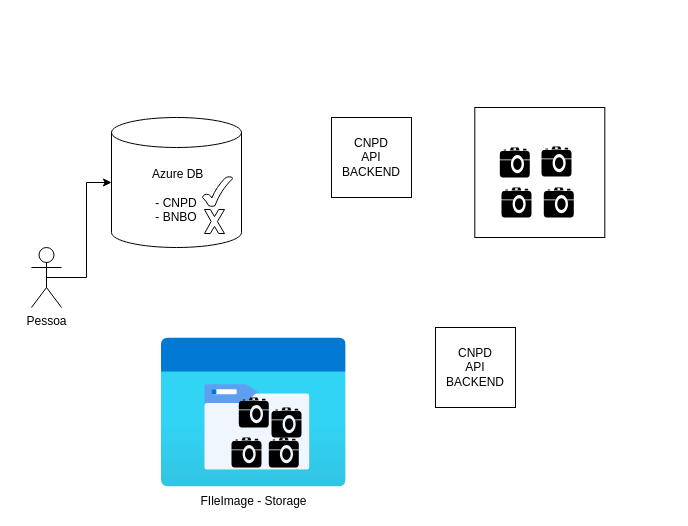
Before: Diagrama sem nome.drawio in micheltiago/docs-arq-ref-t01, a draw.io diagram. Source tidied: cells renumbered, new cells numbered last; positions are measured from the earlier drawing's top-left corner, leaving out a move shared by most shapes. Both pictures are drawn from the tidied source at 100%, with x=0, y=0 at pixel (31, 107).
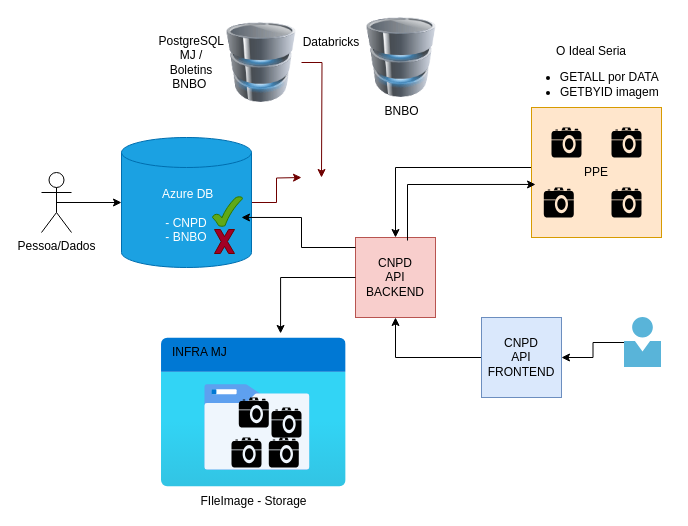
The same page after the edit.

The change refers to these unchanged cells:
```xml
<mxCell id="3" value="FIleImage - Storage" style="image;html=1;points=[];align=center;fontSize=12;image=img/lib/azure2/general/Storage_Azure_Files.svg;" parent="1" vertex="1">
  <mxGeometry x="130" y="230" width="184.6" height="150" as="geometry" />
</mxCell>
```

The edit, as a diff of the source:
```diff
@@
+    <mxCell id="20" style="edgeStyle=orthogonalEdgeStyle;rounded=0;jettySize=auto;html=1;entryX=0.5;entryY=0;entryDx=0;entryDy=0;" parent="1" edge="1" source="2" target="9">
+      <mxGeometry relative="1" as="geometry">
+        <Array as="points">
+          <mxPoint x="364" y="60" />
+        </Array>
+      </mxGeometry>
+    </mxCell>
-    <mxCell id="2" style="whiteSpace=wrap;html=1;" parent="1" vertex="1">
-      <mxGeometry x="443.3" width="130" height="130" as="geometry" />
+    <mxCell id="2" value="PPE" style="whiteSpace=wrap;html=1;fillColor=#ffe6cc;strokeColor=#d79b00;" parent="1" vertex="1">
+      <mxGeometry x="500" width="130" height="130" as="geometry" />
     </mxCell>
@@
+    <mxCell id="21" style="edgeStyle=orthogonalEdgeStyle;rounded=0;jettySize=auto;html=1;entryX=0.5;entryY=1;entryDx=0;entryDy=0;" parent="1" edge="1" source="8" target="9">
+      <mxGeometry relative="1" as="geometry" />
+    </mxCell>
-    <mxCell id="8" value="&lt;div&gt;CNPD&lt;/div&gt;&lt;div&gt;API&lt;/div&gt;&lt;div&gt;BACKEND&lt;/div&gt;" style="whiteSpace=wrap;html=1;" parent="1" vertex="1">
-      <mxGeometry x="300" y="10" width="80" height="80" as="geometry" />
+    <mxCell id="8" value="&lt;div&gt;CNPD&lt;/div&gt;&lt;div&gt;API&lt;/div&gt;&lt;div&gt;FRONTEND&lt;/div&gt;" style="whiteSpace=wrap;html=1;fillColor=#dae8fc;strokeColor=#6c8ebf;" parent="1" vertex="1">
+      <mxGeometry x="450" y="210" width="80" height="80" as="geometry" />
     </mxCell>
-    <mxCell id="9" value="&lt;div&gt;CNPD&lt;/div&gt;&lt;div&gt;API&lt;/div&gt;&lt;div&gt;BACKEND&lt;/div&gt;" style="whiteSpace=wrap;html=1;" parent="1" vertex="1">
-      <mxGeometry x="404" y="220" width="80" height="80" as="geometry" />
+    <mxCell id="9" value="&lt;div&gt;CNPD&lt;/div&gt;&lt;div&gt;API&lt;/div&gt;&lt;div&gt;BACKEND&lt;/div&gt;" style="whiteSpace=wrap;html=1;fillColor=#f8cecc;strokeColor=#b85450;" parent="1" vertex="1">
+      <mxGeometry x="324" y="130" width="80" height="80" as="geometry" />
     </mxCell>
     <mxCell id="10" style="group;" parent="1" vertex="1">
-      <mxGeometry y="10" width="210" height="190" as="geometry" />
+      <mxGeometry x="10" y="30" width="210" height="190" as="geometry" />
     </mxCell>
+    <mxCell id="22" style="edgeStyle=orthogonalEdgeStyle;rounded=0;jettySize=auto;html=1;fillColor=#a20025;strokeColor=#6F0000;" parent="10" edge="1" source="11">
+      <mxGeometry relative="1" as="geometry">
+        <mxPoint x="260" y="40" as="targetPoint" />
+      </mxGeometry>
+    </mxCell>
-    <mxCell id="11" value="&lt;div&gt;&amp;nbsp;Azure DB&lt;/div&gt;&lt;div&gt;&lt;br&gt;&lt;/div&gt;&lt;div&gt;- CNPD&lt;/div&gt;&lt;div&gt;- BNBO&lt;/div&gt;" style="shape=cylinder3;whiteSpace=wrap;html=1;boundedLbl=1;backgroundOutline=1;size=15;" parent="10" vertex="1">
+    <mxCell id="11" value="&lt;div&gt;&amp;nbsp;Azure DB&lt;/div&gt;&lt;div&gt;&lt;br&gt;&lt;/div&gt;&lt;div&gt;- CNPD&lt;/div&gt;&lt;div&gt;- BNBO&lt;/div&gt;" style="shape=cylinder3;whiteSpace=wrap;html=1;boundedLbl=1;backgroundOutline=1;size=15;fillColor=#1ba1e2;strokeColor=#006EAF;fontColor=#ffffff;" parent="10" vertex="1">
       <mxGeometry x="80" width="130" height="130" as="geometry" />
     </mxCell>
-    <mxCell id="12" value="Pessoa" style="shape=umlActor;verticalLabelPosition=bottom;verticalAlign=top;html=1;outlineConnect=0;" parent="10" vertex="1">
-      <mxGeometry y="130" width="30" height="60" as="geometry" />
+    <mxCell id="12" value="Pessoa/Dados" style="shape=umlActor;verticalLabelPosition=bottom;verticalAlign=top;html=1;outlineConnect=0;" parent="10" vertex="1">
+      <mxGeometry y="35" width="30" height="60" as="geometry" />
     </mxCell>
-    <mxCell id="13" style="verticalLabelPosition=bottom;verticalAlign=top;html=1;shape=mxgraph.basic.tick;" parent="10" vertex="1">
+    <mxCell id="13" style="verticalLabelPosition=bottom;verticalAlign=top;html=1;shape=mxgraph.basic.tick;fillColor=#60a917;fontColor=#ffffff;strokeColor=#2D7600;" parent="10" vertex="1">
       <mxGeometry x="171" y="59" width="30" height="30" as="geometry" />
     </mxCell>
-    <mxCell id="14" style="verticalLabelPosition=bottom;verticalAlign=top;html=1;shape=mxgraph.basic.x;" parent="10" vertex="1">
+    <mxCell id="14" style="verticalLabelPosition=bottom;verticalAlign=top;html=1;shape=mxgraph.basic.x;fillColor=#a20025;fontColor=#ffffff;strokeColor=#6F0000;" parent="10" vertex="1">
       <mxGeometry x="173" y="92" width="20" height="24" as="geometry" />
     </mxCell>
@@
     <mxCell id="16" style="shape=mxgraph.signs.tech.camera_2;html=1;fillColor=#000000;strokeColor=none;verticalLabelPosition=bottom;verticalAlign=top;align=center;" parent="1" vertex="1">
-      <mxGeometry x="468.3" y="40" width="30" height="30" as="geometry" />
+      <mxGeometry x="580" y="20" width="30" height="30" as="geometry" />
     </mxCell>
     <mxCell id="17" style="shape=mxgraph.signs.tech.camera_2;html=1;fillColor=#000000;strokeColor=none;verticalLabelPosition=bottom;verticalAlign=top;align=center;" parent="1" vertex="1">
-      <mxGeometry x="510" y="39" width="30" height="30" as="geometry" />
+      <mxGeometry x="520" y="20" width="30" height="30" as="geometry" />
     </mxCell>
     <mxCell id="18" style="shape=mxgraph.signs.tech.camera_2;html=1;fillColor=#000000;strokeColor=none;verticalLabelPosition=bottom;verticalAlign=top;align=center;" parent="1" vertex="1">
-      <mxGeometry x="470" y="80" width="30" height="30" as="geometry" />
+      <mxGeometry x="580" y="80" width="30" height="30" as="geometry" />
     </mxCell>
@@
+    <mxCell id="23" style="edgeStyle=orthogonalEdgeStyle;rounded=0;jettySize=auto;html=1;entryX=0.645;entryY=-0.027;entryDx=0;entryDy=0;entryPerimeter=0;" parent="1" edge="1" source="9" target="3">
+      <mxGeometry relative="1" as="geometry" />
+    </mxCell>
+    <mxCell id="24" style="edgeStyle=orthogonalEdgeStyle;rounded=0;jettySize=auto;html=1;entryX=0.923;entryY=0.615;entryDx=0;entryDy=0;entryPerimeter=0;" parent="1" edge="1" source="9" target="11">
+      <mxGeometry relative="1" as="geometry">
+        <Array as="points">
+          <mxPoint x="270" y="140" />
+          <mxPoint x="270" y="110" />
+        </Array>
+      </mxGeometry>
+    </mxCell>
+    <mxCell id="25" style="edgeStyle=orthogonalEdgeStyle;rounded=0;jettySize=auto;html=1;fillColor=#a20025;strokeColor=#6F0000;" parent="1" edge="1" source="26">
+      <mxGeometry relative="1" as="geometry">
+        <mxPoint x="290" y="70" as="targetPoint" />
+      </mxGeometry>
+    </mxCell>
+    <mxCell id="26" style="image;html=1;image=img/lib/clip_art/computers/Database_128x128.png;" parent="1" vertex="1">
+      <mxGeometry x="190" y="-85" width="80" height="80" as="geometry" />
+    </mxCell>
+    <mxCell id="27" value="PostgreSQL MJ / Boletins BNBO&amp;nbsp;" style="text;html=1;align=center;verticalAlign=middle;whiteSpace=wrap;rounded=0;" parent="1" vertex="1">
+      <mxGeometry x="130" y="-60" width="60" height="30" as="geometry" />
+    </mxCell>
+    <mxCell id="28" value="&lt;span&gt;&lt;span&gt;Databricks &lt;/span&gt;&lt;/span&gt;" style="text;html=1;align=center;verticalAlign=middle;whiteSpace=wrap;rounded=0;" parent="1" vertex="1">
+      <mxGeometry x="270" y="-80" width="60" height="30" as="geometry" />
+    </mxCell>
+    <mxCell id="29" value="&lt;div&gt;BNBO&lt;/div&gt;&lt;div&gt;&lt;br&gt;&lt;/div&gt;" style="image;html=1;image=img/lib/clip_art/computers/Database_128x128.png;" parent="1" vertex="1">
+      <mxGeometry x="330" y="-90" width="80" height="80" as="geometry" />
+    </mxCell>
+    <mxCell id="30" style="edgeStyle=orthogonalEdgeStyle;rounded=0;jettySize=auto;html=1;" parent="1" edge="1" source="31" target="8">
+      <mxGeometry relative="1" as="geometry" />
+    </mxCell>
+    <mxCell id="31" style="image;sketch=0;html=1;points=[];align=center;fontSize=12;image=img/lib/mscae/Person.svg;" parent="1" vertex="1">
+      <mxGeometry x="593" y="210" width="37" height="50" as="geometry" />
+    </mxCell>
+    <mxCell id="32" style="edgeStyle=orthogonalEdgeStyle;rounded=0;jettySize=auto;html=1;entryX=0.031;entryY=0.592;entryDx=0;entryDy=0;entryPerimeter=0;exitX=0.65;exitY=0.038;exitDx=0;exitDy=0;exitPerimeter=0;" parent="1" edge="1" source="9" target="2">
+      <mxGeometry relative="1" as="geometry">
+        <Array as="points">
+          <mxPoint x="376" y="77" />
+        </Array>
+      </mxGeometry>
+    </mxCell>
+    <mxCell id="33" value="O Ideal Seria&lt;ul&gt;&lt;li&gt;GETALL por DATA&amp;nbsp;&lt;/li&gt;&lt;li&gt;GETBYID imagem&amp;nbsp;&lt;/li&gt;&lt;/ul&gt;" style="text;html=1;align=center;verticalAlign=middle;whiteSpace=wrap;rounded=0;" parent="1" vertex="1">
+      <mxGeometry x="480" y="-60" width="160" height="60" as="geometry" />
+    </mxCell>
+    <mxCell id="34" value="INFRA MJ&amp;nbsp;" style="text;html=1;align=center;verticalAlign=middle;whiteSpace=wrap;rounded=0;" parent="1" vertex="1">
+      <mxGeometry x="130" y="230" width="80" height="30" as="geometry" />
+    </mxCell>
```
